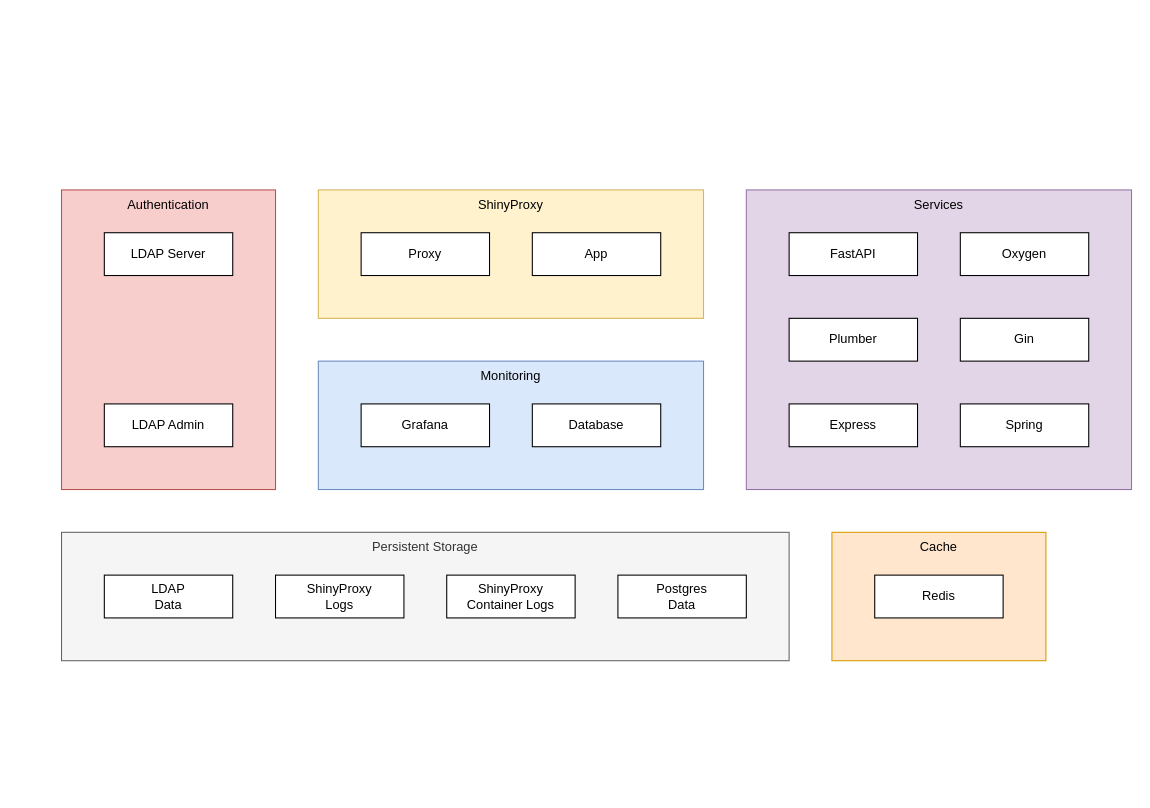
Gotfrid/shiny-system-design keeps this draw.io diagram as architecture.drawio. Above is the earlier version. Source tidied: cells renumbered, new cells numbered last; positions are measured from the earlier drawing's top-left corner, leaving out a move shared by most shapes. Both pictures are drawn from the tidied source at 107%, with x=0, y=0 at pixel (61, 189).
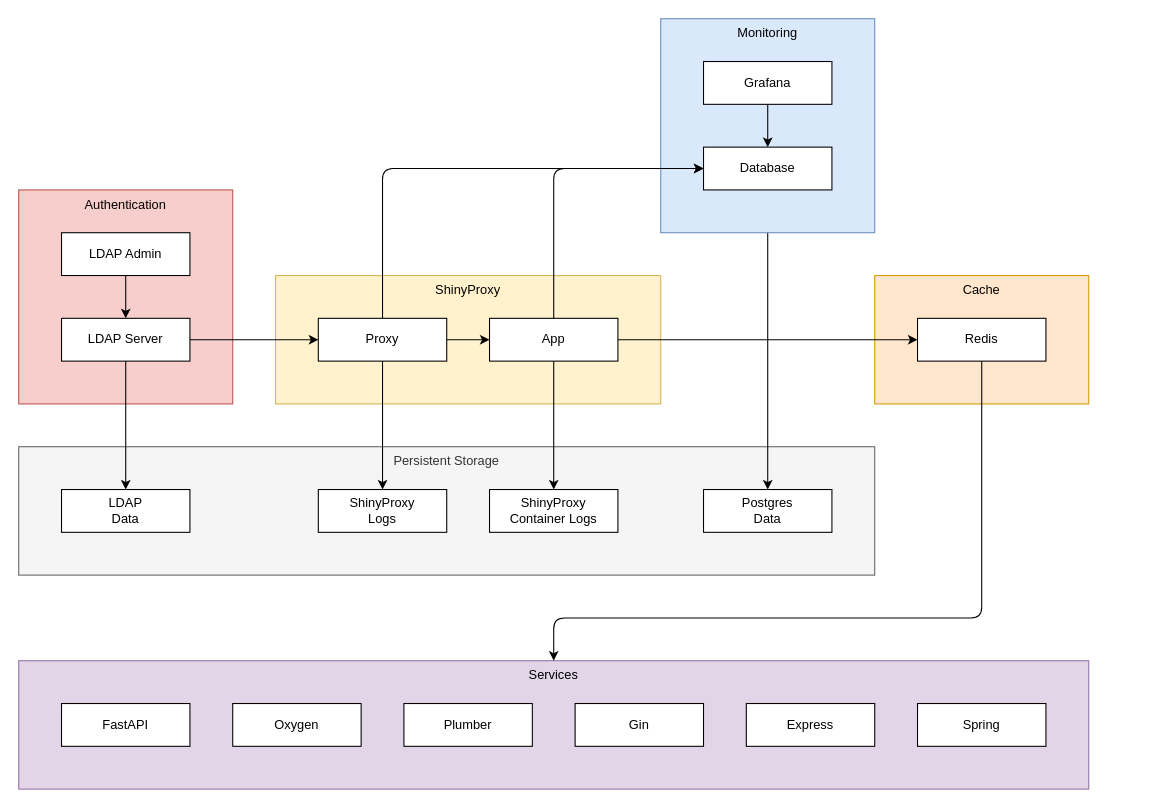
Above is the later version.

Commit message:
feat: architecture with connections

The edit, as a diff of the source:
```diff
@@
+    <mxCell id="25" style="group;" parent="1" vertex="1">
+      <mxGeometry x="-40" width="200" height="200" as="geometry" />
+    </mxCell>
+    <mxCell id="5" value="Authentication" style="whiteSpace=wrap;html=1;verticalAlign=top;fillColor=#f8cecc;strokeColor=#b85450;" parent="25" vertex="1">
+      <mxGeometry width="200" height="200" as="geometry" />
+    </mxCell>
+    <mxCell id="10" value="LDAP Server" style="whiteSpace=wrap;html=1;" parent="25" vertex="1">
+      <mxGeometry x="40" y="120" width="120" height="40" as="geometry" />
+    </mxCell>
+    <mxCell id="26" style="edgeStyle=none;html=1;" parent="25" edge="1" source="11" target="10">
+      <mxGeometry relative="1" as="geometry" />
+    </mxCell>
+    <mxCell id="11" value="LDAP Admin" style="whiteSpace=wrap;html=1;" parent="25" vertex="1">
+      <mxGeometry x="40" y="40" width="120" height="40" as="geometry" />
+    </mxCell>
+    <mxCell id="27" style="group;verticalAlign=top;" parent="1" vertex="1">
+      <mxGeometry x="-40" y="240" width="800" height="120" as="geometry" />
+    </mxCell>
+    <mxCell id="18" value="Persistent Storage" style="whiteSpace=wrap;html=1;fillColor=#f5f5f5;fontColor=#333333;strokeColor=#666666;align=center;verticalAlign=top;" parent="27" vertex="1">
+      <mxGeometry width="800" height="120" as="geometry" />
+    </mxCell>
+    <mxCell id="19" value="LDAP&lt;div&gt;Data&lt;/div&gt;" style="whiteSpace=wrap;html=1;" parent="27" vertex="1">
+      <mxGeometry x="40" y="40" width="120" height="40" as="geometry" />
+    </mxCell>
+    <mxCell id="20" value="ShinyProxy&lt;div&gt;Logs&lt;/div&gt;" style="whiteSpace=wrap;html=1;" parent="27" vertex="1">
+      <mxGeometry x="280" y="40" width="120" height="40" as="geometry" />
+    </mxCell>
+    <mxCell id="21" value="ShinyProxy&lt;div&gt;Container Logs&lt;/div&gt;" style="whiteSpace=wrap;html=1;" parent="27" vertex="1">
+      <mxGeometry x="440" y="40" width="120" height="40" as="geometry" />
+    </mxCell>
+    <mxCell id="22" value="Postgres&lt;div&gt;Data&lt;/div&gt;" style="whiteSpace=wrap;html=1;" parent="27" vertex="1">
+      <mxGeometry x="640" y="40" width="120" height="40" as="geometry" />
+    </mxCell>
+    <mxCell id="28" style="edgeStyle=none;html=1;exitX=0.5;exitY=1;exitDx=0;exitDy=0;entryX=0.5;entryY=0;entryDx=0;entryDy=0;" parent="1" edge="1" source="10" target="19">
+      <mxGeometry relative="1" as="geometry" />
+    </mxCell>
+    <mxCell id="29" style="group;" parent="1" vertex="1">
+      <mxGeometry x="200" y="80" width="360" height="120" as="geometry" />
+    </mxCell>
-    <mxCell id="2" value="ShinyProxy" style="whiteSpace=wrap;html=1;verticalAlign=top;fillColor=#fff2cc;strokeColor=#d6b656;" parent="1" vertex="1">
-      <mxGeometry x="240" width="360" height="120" as="geometry" />
+    <mxCell id="2" value="ShinyProxy" style="whiteSpace=wrap;html=1;verticalAlign=top;fillColor=#fff2cc;strokeColor=#d6b656;" parent="29" vertex="1">
+      <mxGeometry width="360" height="120" as="geometry" />
     </mxCell>
-    <mxCell id="3" value="App" style="whiteSpace=wrap;html=1;" parent="1" vertex="1">
-      <mxGeometry x="440" y="40" width="120" height="40" as="geometry" />
+    <mxCell id="3" value="App" style="whiteSpace=wrap;html=1;" parent="29" vertex="1">
+      <mxGeometry x="200" y="40" width="120" height="40" as="geometry" />
     </mxCell>
+    <mxCell id="30" style="edgeStyle=none;html=1;" parent="29" edge="1" source="4" target="3">
+      <mxGeometry relative="1" as="geometry" />
+    </mxCell>
-    <mxCell id="4" value="Proxy" style="whiteSpace=wrap;html=1;" parent="1" vertex="1">
-      <mxGeometry x="280" y="40" width="120" height="40" as="geometry" />
+    <mxCell id="4" value="Proxy" style="whiteSpace=wrap;html=1;" parent="29" vertex="1">
+      <mxGeometry x="40" y="40" width="120" height="40" as="geometry" />
     </mxCell>
-    <mxCell id="5" value="Authentication" style="whiteSpace=wrap;html=1;verticalAlign=top;fillColor=#f8cecc;strokeColor=#b85450;" parent="1" vertex="1">
-      <mxGeometry width="200" height="280" as="geometry" />
-    </mxCell>
+    <mxCell id="31" style="edgeStyle=none;html=1;exitX=1;exitY=0.5;exitDx=0;exitDy=0;entryX=0;entryY=0.5;entryDx=0;entryDy=0;" parent="1" edge="1" source="10" target="4">
+      <mxGeometry relative="1" as="geometry" />
+    </mxCell>
+    <mxCell id="32" style="edgeStyle=none;html=1;exitX=0.5;exitY=1;exitDx=0;exitDy=0;entryX=0.5;entryY=0;entryDx=0;entryDy=0;" parent="1" edge="1" source="4" target="20">
+      <mxGeometry relative="1" as="geometry" />
+    </mxCell>
+    <mxCell id="33" style="edgeStyle=none;html=1;exitX=0.5;exitY=1;exitDx=0;exitDy=0;entryX=0.5;entryY=0;entryDx=0;entryDy=0;" parent="1" edge="1" source="3" target="21">
+      <mxGeometry relative="1" as="geometry" />
+    </mxCell>
+    <mxCell id="34" style="edgeStyle=none;html=1;exitX=0.5;exitY=1;exitDx=0;exitDy=0;entryX=0.5;entryY=0;entryDx=0;entryDy=0;" parent="1" edge="1" source="8" target="22">
+      <mxGeometry relative="1" as="geometry" />
+    </mxCell>
+    <mxCell id="35" style="group;" parent="1" vertex="1">
+      <mxGeometry x="760" y="80" width="200" height="120" as="geometry" />
+    </mxCell>
+    <mxCell id="23" value="Cache" style="whiteSpace=wrap;html=1;fillColor=#ffe6cc;strokeColor=#d79b00;verticalAlign=top;" parent="35" vertex="1">
+      <mxGeometry width="200" height="120" as="geometry" />
+    </mxCell>
+    <mxCell id="24" value="Redis" style="whiteSpace=wrap;html=1;" parent="35" vertex="1">
+      <mxGeometry x="40" y="40" width="120" height="40" as="geometry" />
+    </mxCell>
+    <mxCell id="36" style="edgeStyle=none;html=1;exitX=1;exitY=0.5;exitDx=0;exitDy=0;entryX=0;entryY=0.5;entryDx=0;entryDy=0;" parent="1" edge="1" source="3" target="24">
+      <mxGeometry relative="1" as="geometry" />
+    </mxCell>
     <mxCell id="6" value="Services" style="whiteSpace=wrap;html=1;verticalAlign=top;fillColor=#e1d5e7;strokeColor=#9673a6;" parent="1" vertex="1">
-      <mxGeometry x="640" width="360" height="280" as="geometry" />
+      <mxGeometry x="-40" y="440" width="1000" height="120" as="geometry" />
     </mxCell>
-    <mxCell id="7" value="Monitoring" style="whiteSpace=wrap;html=1;verticalAlign=top;fillColor=#dae8fc;strokeColor=#6c8ebf;" parent="1" vertex="1">
-      <mxGeometry x="240" y="160" width="360" height="120" as="geometry" />
-    </mxCell>
-    <mxCell id="8" value="Database" style="whiteSpace=wrap;html=1;" parent="1" vertex="1">
-      <mxGeometry x="440" y="200" width="120" height="40" as="geometry" />
-    </mxCell>
-    <mxCell id="9" value="Grafana" style="whiteSpace=wrap;html=1;" parent="1" vertex="1">
-      <mxGeometry x="280" y="200" width="120" height="40" as="geometry" />
-    </mxCell>
-    <mxCell id="10" value="LDAP Server" style="whiteSpace=wrap;html=1;" parent="1" vertex="1">
-      <mxGeometry x="40" y="40" width="120" height="40" as="geometry" />
-    </mxCell>
-    <mxCell id="11" value="LDAP Admin" style="whiteSpace=wrap;html=1;" parent="1" vertex="1">
-      <mxGeometry x="40" y="200" width="120" height="40" as="geometry" />
-    </mxCell>
     <mxCell id="12" value="FastAPI" style="whiteSpace=wrap;html=1;" parent="1" vertex="1">
-      <mxGeometry x="680" y="40" width="120" height="40" as="geometry" />
+      <mxGeometry y="480" width="120" height="40" as="geometry" />
     </mxCell>
     <mxCell id="13" value="Plumber" style="whiteSpace=wrap;html=1;" parent="1" vertex="1">
-      <mxGeometry x="680" y="120" width="120" height="40" as="geometry" />
+      <mxGeometry x="320" y="480" width="120" height="40" as="geometry" />
     </mxCell>
     <mxCell id="14" value="Express" style="whiteSpace=wrap;html=1;" parent="1" vertex="1">
-      <mxGeometry x="680" y="200" width="120" height="40" as="geometry" />
+      <mxGeometry x="640" y="480" width="120" height="40" as="geometry" />
     </mxCell>
     <mxCell id="15" value="Oxygen" style="whiteSpace=wrap;html=1;" parent="1" vertex="1">
-      <mxGeometry x="840" y="40" width="120" height="40" as="geometry" />
+      <mxGeometry x="160" y="480" width="120" height="40" as="geometry" />
     </mxCell>
     <mxCell id="16" value="Gin" style="whiteSpace=wrap;html=1;" parent="1" vertex="1">
-      <mxGeometry x="840" y="120" width="120" height="40" as="geometry" />
+      <mxGeometry x="480" y="480" width="120" height="40" as="geometry" />
     </mxCell>
     <mxCell id="17" value="Spring" style="whiteSpace=wrap;html=1;" parent="1" vertex="1">
-      <mxGeometry x="840" y="200" width="120" height="40" as="geometry" />
+      <mxGeometry x="800" y="480" width="120" height="40" as="geometry" />
     </mxCell>
-    <mxCell id="18" value="Persistent Storage" style="whiteSpace=wrap;html=1;fillColor=#f5f5f5;fontColor=#333333;strokeColor=#666666;align=center;verticalAlign=top;" parent="1" vertex="1">
-      <mxGeometry y="320" width="680" height="120" as="geometry" />
-    </mxCell>
-    <mxCell id="19" value="LDAP&lt;div&gt;Data&lt;/div&gt;" style="whiteSpace=wrap;html=1;" parent="1" vertex="1">
-      <mxGeometry x="40" y="360" width="120" height="40" as="geometry" />
-    </mxCell>
-    <mxCell id="20" value="ShinyProxy&lt;div&gt;Logs&lt;/div&gt;" style="whiteSpace=wrap;html=1;" parent="1" vertex="1">
-      <mxGeometry x="200" y="360" width="120" height="40" as="geometry" />
-    </mxCell>
-    <mxCell id="21" value="ShinyProxy&lt;div&gt;Container Logs&lt;/div&gt;" style="whiteSpace=wrap;html=1;" parent="1" vertex="1">
-      <mxGeometry x="360" y="360" width="120" height="40" as="geometry" />
-    </mxCell>
-    <mxCell id="22" value="Postgres&lt;div&gt;Data&lt;/div&gt;" style="whiteSpace=wrap;html=1;" parent="1" vertex="1">
-      <mxGeometry x="520" y="360" width="120" height="40" as="geometry" />
-    </mxCell>
-    <mxCell id="23" value="Cache" style="whiteSpace=wrap;html=1;fillColor=#ffe6cc;strokeColor=#d79b00;verticalAlign=top;" parent="1" vertex="1">
-      <mxGeometry x="720" y="320" width="200" height="120" as="geometry" />
-    </mxCell>
-    <mxCell id="24" value="Redis" style="whiteSpace=wrap;html=1;" parent="1" vertex="1">
-      <mxGeometry x="760" y="360" width="120" height="40" as="geometry" />
-    </mxCell>
+    <mxCell id="37" style="edgeStyle=none;html=1;exitX=0.5;exitY=1;exitDx=0;exitDy=0;entryX=0.5;entryY=0;entryDx=0;entryDy=0;" parent="1" edge="1" source="24" target="6">
+      <mxGeometry relative="1" as="geometry">
+        <Array as="points">
+          <mxPoint x="860" y="400" />
+          <mxPoint x="460" y="400" />
+        </Array>
+      </mxGeometry>
+    </mxCell>
+    <mxCell id="7" value="Monitoring" style="whiteSpace=wrap;html=1;verticalAlign=top;fillColor=#dae8fc;strokeColor=#6c8ebf;" parent="1" vertex="1">
+      <mxGeometry x="560" y="-160" width="200" height="200" as="geometry" />
+    </mxCell>
+    <mxCell id="8" value="Database" style="whiteSpace=wrap;html=1;" parent="1" vertex="1">
+      <mxGeometry x="600" y="-40" width="120" height="40" as="geometry" />
+    </mxCell>
+    <mxCell id="38" style="edgeStyle=none;html=1;" parent="1" edge="1" source="9" target="8">
+      <mxGeometry relative="1" as="geometry" />
+    </mxCell>
+    <mxCell id="9" value="Grafana" style="whiteSpace=wrap;html=1;" parent="1" vertex="1">
+      <mxGeometry x="600" y="-120" width="120" height="40" as="geometry" />
+    </mxCell>
+    <mxCell id="39" style="edgeStyle=none;html=1;exitX=0.5;exitY=0;exitDx=0;exitDy=0;entryX=0;entryY=0.5;entryDx=0;entryDy=0;" parent="1" edge="1" source="3" target="8">
+      <mxGeometry relative="1" as="geometry">
+        <Array as="points">
+          <mxPoint x="460" y="-20" />
+        </Array>
+      </mxGeometry>
+    </mxCell>
+    <mxCell id="40" style="edgeStyle=none;html=1;exitX=0.5;exitY=0;exitDx=0;exitDy=0;entryX=0;entryY=0.5;entryDx=0;entryDy=0;" parent="1" edge="1" source="4" target="8">
+      <mxGeometry relative="1" as="geometry">
+        <Array as="points">
+          <mxPoint x="300" y="-20" />
+        </Array>
+      </mxGeometry>
+    </mxCell>
```
